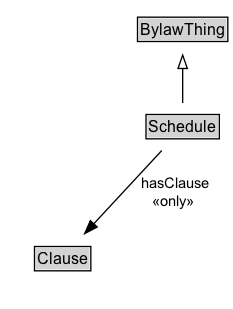
The Graphviz diagram docs/diagrams/Schedule.dot.png in ISO-TC204/ontology-cdm-p2-v1, before a commit. Its source is kept beside it as docs/diagrams/Schedule.dot. Its diagram source:
```dot
digraph {
	graph [overlap=false rankdir=TB splines=true]
	node [fontname=Arial fontsize=12 margin=0 shape=none]
	edge [fontname=Arial fontsize=11]
	{
		rank=max
		Schedule [label=<<TABLE BORDER="1" CELLBORDER="0" CELLSPACING="0" CELLPADDING="1"><TR><TD BGCOLOR="lightgray" ALIGN="CENTER" PORT="e">Schedule</TD></TR></TABLE>> URL="../Schedule.md" margin=0]
	}
	subgraph cluster_associated {
		label="" style=invis
		Invis [label=<<TABLE BORDER="0" CELLBORDER="0" CELLSPACING="0" CELLPADDING="1"><TR><TD></TD></TR></TABLE>> margin=0 style=invis]
		Clause [label=<<TABLE BORDER="1" CELLBORDER="0" CELLSPACING="0" CELLPADDING="1"><TR><TD BGCOLOR="lightgray" ALIGN="CENTER">Clause</TD></TR></TABLE>> URL="../Clause.md" margin=0]
	}
	BylawThing [label=<<TABLE BORDER="1" CELLBORDER="0" CELLSPACING="0" CELLPADDING="1"><TR><TD BGCOLOR="lightgray" ALIGN="CENTER">BylawThing</TD></TR></TABLE>> URL="../BylawThing.md" margin=0]
	Schedule -> BylawThing [arrowhead=onormal style=solid]
	Schedule -> Invis [style=invis]
	Invis -> Clause [style=invis]
	Schedule -> Clause [label=" hasClause
 «only»  " arrowhead=normal style=solid]
}
```
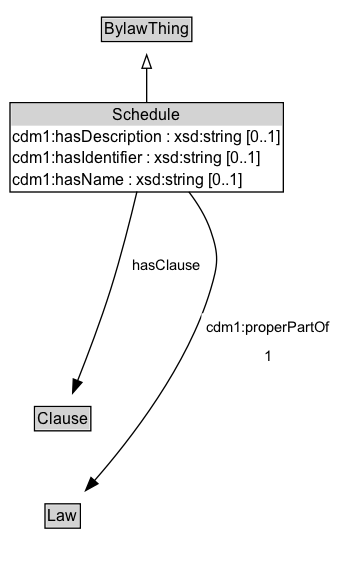
Above is the later version.

Diff of the diagram source:
```diff
@@ -3,18 +3,25 @@
 	node [fontname=Arial fontsize=12 margin=0 shape=none]
 	edge [fontname=Arial fontsize=11]
 	{
+		rank=source
+		BylawThing [label=<<TABLE BORDER="1" CELLBORDER="0" CELLSPACING="0" CELLPADDING="1"><TR><TD BGCOLOR="lightgray" ALIGN="CENTER">BylawThing</TD></TR></TABLE>> URL="../BylawThing" margin=0]
+	}
+	Schedule [label=<<TABLE BORDER="1" CELLBORDER="0" CELLSPACING="0" CELLPADDING="1"><TR><TD BGCOLOR="lightgray" ALIGN="CENTER">Schedule</TD></TR><TR><TD ALIGN="LEFT">cdm1:hasDescription : xsd:string [0..1]</TD></TR><TR><TD ALIGN="LEFT">cdm1:hasIdentifier : xsd:string [0..1]</TD></TR><TR><TD ALIGN="LEFT">cdm1:hasName : xsd:string [0..1]</TD></TR></TABLE>> URL="../Schedule" margin=0]
+	{
 		rank=max
-		Schedule [label=<<TABLE BORDER="1" CELLBORDER="0" CELLSPACING="0" CELLPADDING="1"><TR><TD BGCOLOR="lightgray" ALIGN="CENTER" PORT="e">Schedule</TD></TR></TABLE>> URL="../Schedule.md" margin=0]
 	}
 	subgraph cluster_associated {
 		label="" style=invis
 		Invis [label=<<TABLE BORDER="0" CELLBORDER="0" CELLSPACING="0" CELLPADDING="1"><TR><TD></TD></TR></TABLE>> margin=0 style=invis]
-		Clause [label=<<TABLE BORDER="1" CELLBORDER="0" CELLSPACING="0" CELLPADDING="1"><TR><TD BGCOLOR="lightgray" ALIGN="CENTER">Clause</TD></TR></TABLE>> URL="../Clause.md" margin=0]
+		Clause [label=<<TABLE BORDER="1" CELLBORDER="0" CELLSPACING="0" CELLPADDING="1"><TR><TD BGCOLOR="lightgray" ALIGN="CENTER">Clause</TD></TR></TABLE>> URL="../Clause" margin=0]
+		Law [label=<<TABLE BORDER="1" CELLBORDER="0" CELLSPACING="0" CELLPADDING="1"><TR><TD BGCOLOR="lightgray" ALIGN="CENTER">Law</TD></TR></TABLE>> URL="../Law" margin=0]
 	}
-	BylawThing [label=<<TABLE BORDER="1" CELLBORDER="0" CELLSPACING="0" CELLPADDING="1"><TR><TD BGCOLOR="lightgray" ALIGN="CENTER">BylawThing</TD></TR></TABLE>> URL="../BylawThing.md" margin=0]
 	Schedule -> BylawThing [arrowhead=onormal style=solid]
 	Schedule -> Invis [style=invis]
 	Invis -> Clause [style=invis]
-	Schedule -> Clause [label=" hasClause
- «only»  " arrowhead=normal style=solid]
+	Clause -> Law [style=invis]
+	Law [label=<<TABLE BORDER="1" CELLBORDER="0" CELLSPACING="0" CELLPADDING="1"><TR><TD BGCOLOR="lightgray" ALIGN="CENTER">Law</TD></TR></TABLE>> URL="../Law" margin=0]
+	Schedule -> Law [label=<<TABLE BORDER="0" CELLBORDER="0" CELLSPACING="0" CELLPADDING="4" BGCOLOR="white"><TR><TD ALIGN="CENTER">cdm1:properPartOf</TD></TR><TR><TD ALIGN="CENTER">1</TD></TR></TABLE>> arrowhead=normal style=solid]
+	Clause [label=<<TABLE BORDER="1" CELLBORDER="0" CELLSPACING="0" CELLPADDING="1"><TR><TD BGCOLOR="lightgray" ALIGN="CENTER">Clause</TD></TR></TABLE>> URL="../Clause" margin=0]
+	Schedule -> Clause [label=<<TABLE BORDER="0" CELLBORDER="0" CELLSPACING="0" CELLPADDING="4" BGCOLOR="white"><TR><TD ALIGN="CENTER">hasClause</TD></TR></TABLE>> arrowhead=normal style=solid]
 }
```
